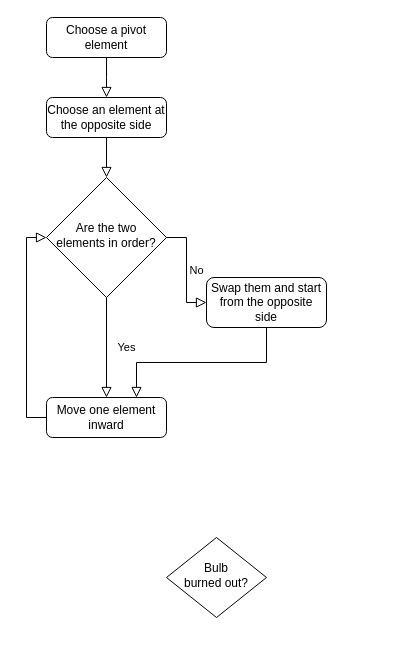
This is Untitled Diagram.drawio from 9652211/CP2Projects, a draw.io file, before an edit. Source tidied: cells renumbered, new cells numbered last; positions are measured from the earlier drawing's top-left corner, leaving out a move shared by most shapes. Both pictures are drawn from the tidied source at 100%, with x=0, y=0 at pixel (46, 17).
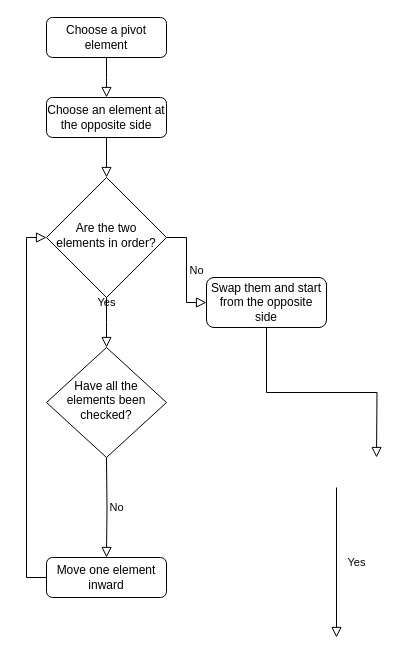
The same diagram, later.

The edit, as a diff of the source:
```diff
@@
 <mxGraphModel>
   <root>
     <mxCell id="0" />
     <mxCell id="1" parent="0" />
     <mxCell id="2" style="rounded=0;html=1;jettySize=auto;fontSize=11;endArrow=block;endFill=0;endSize=8;strokeWidth=1;shadow=0;labelBackgroundColor=none;edgeStyle=orthogonalEdgeStyle;" parent="1" edge="1" source="3" target="6">
       <mxGeometry relative="1" as="geometry" />
     </mxCell>
     <mxCell id="3" value="Choose an element at the opposite side" style="rounded=1;whiteSpace=wrap;html=1;fontSize=12;glass=0;strokeWidth=1;shadow=0;" parent="1" vertex="1">
       <mxGeometry y="80" width="120" height="40" as="geometry" />
     </mxCell>
-    <mxCell id="4" value="Yes" style="rounded=0;html=1;jettySize=auto;fontSize=11;endArrow=block;endFill=0;endSize=8;strokeWidth=1;shadow=0;labelBackgroundColor=none;edgeStyle=orthogonalEdgeStyle;entryX=0.5;entryY=0;entryDx=0;entryDy=0;" parent="1" edge="1" source="6" target="8">
-      <mxGeometry y="20" relative="1" as="geometry" />
+    <mxCell id="4" value="Yes" style="rounded=0;html=1;jettySize=auto;fontSize=11;endArrow=block;endFill=0;endSize=8;strokeWidth=1;shadow=0;labelBackgroundColor=none;edgeStyle=orthogonalEdgeStyle;" parent="1" edge="1" source="6">
+      <mxGeometry y="20" relative="1" as="geometry">
+        <mxPoint x="60" y="330" as="targetPoint" />
+      </mxGeometry>
     </mxCell>
     <mxCell id="5" value="No" style="edgeStyle=orthogonalEdgeStyle;rounded=0;html=1;jettySize=auto;fontSize=11;endArrow=block;endFill=0;endSize=8;strokeWidth=1;shadow=0;labelBackgroundColor=none;" parent="1" edge="1" source="6" target="7">
       <mxGeometry y="10" relative="1" as="geometry" />
     </mxCell>
     <mxCell id="6" value="Are the two elements in order?" style="rhombus;whiteSpace=wrap;html=1;shadow=0;fontFamily=Helvetica;fontSize=12;align=center;strokeWidth=1;spacing=6;spacingTop=-4;" parent="1" vertex="1">
       <mxGeometry y="160" width="120" height="120" as="geometry" />
     </mxCell>
     <mxCell id="7" value="Swap them and start from the opposite side" style="rounded=1;whiteSpace=wrap;html=1;fontSize=12;glass=0;strokeWidth=1;shadow=0;" parent="1" vertex="1">
       <mxGeometry x="160" y="260" width="120" height="50" as="geometry" />
     </mxCell>
     <mxCell id="8" value="Move one element inward" style="rounded=1;whiteSpace=wrap;html=1;fontSize=12;glass=0;strokeWidth=1;shadow=0;" parent="1" vertex="1">
-      <mxGeometry y="380" width="120" height="40" as="geometry" />
+      <mxGeometry y="540" width="120" height="40" as="geometry" />
     </mxCell>
     <mxCell id="9" value="Choose a pivot element" style="rounded=1;whiteSpace=wrap;html=1;fontSize=12;glass=0;strokeWidth=1;shadow=0;" parent="1" vertex="1">
       <mxGeometry width="120" height="40" as="geometry" />
     </mxCell>
     <mxCell id="10" style="rounded=0;html=1;jettySize=auto;fontSize=11;endArrow=block;endFill=0;endSize=8;strokeWidth=1;shadow=0;labelBackgroundColor=none;edgeStyle=orthogonalEdgeStyle;exitX=0.5;exitY=1;exitDx=0;exitDy=0;" parent="1" edge="1" source="9">
       <mxGeometry relative="1" as="geometry">
         <mxPoint x="60" y="80" as="targetPoint" />
       </mxGeometry>
     </mxCell>
-    <mxCell id="11" value="Bulb&lt;br&gt;burned out?" style="rhombus;whiteSpace=wrap;html=1;shadow=0;fontFamily=Helvetica;fontSize=12;align=center;strokeWidth=1;spacing=6;spacingTop=-4;" parent="1" vertex="1">
-      <mxGeometry x="120" y="520" width="100" height="80" as="geometry" />
+    <mxCell id="11" value="Have all the elements been checked?" style="rhombus;whiteSpace=wrap;html=1;shadow=0;fontFamily=Helvetica;fontSize=12;align=center;strokeWidth=1;spacing=6;spacingTop=-4;" parent="1" vertex="1">
+      <mxGeometry y="330" width="120" height="110" as="geometry" />
     </mxCell>
-    <mxCell id="12" style="rounded=0;html=1;jettySize=auto;fontSize=11;endArrow=block;endFill=0;endSize=8;strokeWidth=1;shadow=0;labelBackgroundColor=none;edgeStyle=orthogonalEdgeStyle;exitX=0.5;exitY=1;exitDx=0;exitDy=0;entryX=0.75;entryY=0;entryDx=0;entryDy=0;" parent="1" edge="1" source="7" target="8">
-      <mxGeometry relative="1" as="geometry" />
+    <mxCell id="12" style="rounded=0;html=1;jettySize=auto;fontSize=11;endArrow=block;endFill=0;endSize=8;strokeWidth=1;shadow=0;labelBackgroundColor=none;edgeStyle=orthogonalEdgeStyle;exitX=0.5;exitY=1;exitDx=0;exitDy=0;" parent="1" edge="1" source="7">
+      <mxGeometry relative="1" as="geometry">
+        <mxPoint x="330" y="440" as="targetPoint" />
+      </mxGeometry>
     </mxCell>
     <mxCell id="13" style="rounded=0;html=1;jettySize=auto;fontSize=11;endArrow=block;endFill=0;endSize=8;strokeWidth=1;shadow=0;labelBackgroundColor=none;edgeStyle=orthogonalEdgeStyle;exitX=0;exitY=0.5;exitDx=0;exitDy=0;entryX=0;entryY=0.5;entryDx=0;entryDy=0;" parent="1" edge="1" source="8" target="6">
       <mxGeometry relative="1" as="geometry" />
     </mxCell>
+    <mxCell id="14" value="No" style="edgeStyle=orthogonalEdgeStyle;rounded=0;html=1;jettySize=auto;fontSize=11;endArrow=block;endFill=0;endSize=8;strokeWidth=1;shadow=0;labelBackgroundColor=none;entryX=0.5;entryY=0;entryDx=0;entryDy=0;" parent="1" edge="1" target="8">
+      <mxGeometry y="10" relative="1" as="geometry">
+        <mxPoint x="60" y="440" as="sourcePoint" />
+      </mxGeometry>
+    </mxCell>
+    <mxCell id="15" value="Yes" style="rounded=0;html=1;jettySize=auto;orthogonalLoop=1;fontSize=11;endArrow=block;endFill=0;endSize=8;strokeWidth=1;shadow=0;labelBackgroundColor=none;edgeStyle=orthogonalEdgeStyle;exitX=0.5;exitY=1;exitDx=0;exitDy=0;entryX=0.5;entryY=0;entryDx=0;entryDy=0;" parent="1" edge="1">
+      <mxGeometry y="20" relative="1" as="geometry">
+        <mxPoint x="290" y="470" as="sourcePoint" />
+        <mxPoint x="290" y="620" as="targetPoint" />
+      </mxGeometry>
+    </mxCell>
   </root>
 </mxGraphModel>
```
